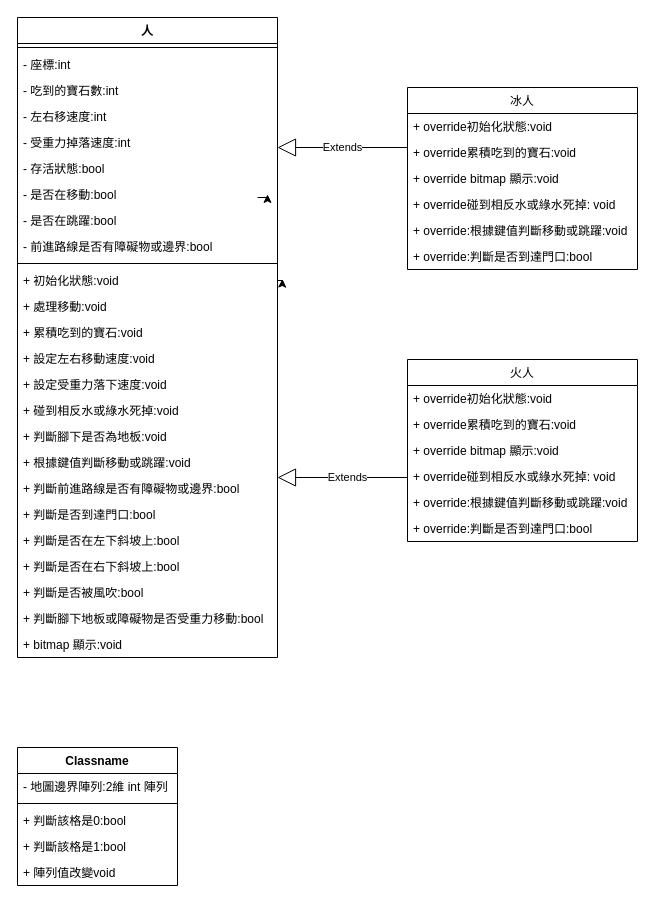
ggjj321/fireboy-watergirl-in-the-forest-temple keeps this draw.io diagram as page "Page-2" (2 of 2) of UML Diagram/oop_game.drawio. Above is the earlier version. Source tidied: cells renumbered, new cells numbered last; positions are measured from the earlier drawing's top-left corner, leaving out a move shared by most shapes. Both pictures are drawn from the tidied source at 100%, with x=0, y=0 at pixel (17, 17).
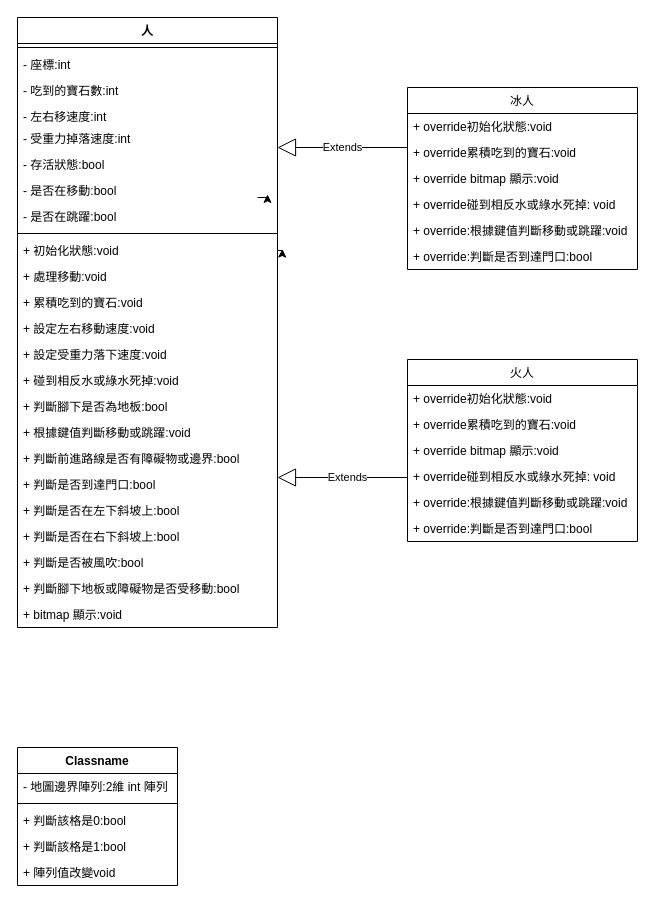
The same diagram, later.

Change to the diagram source:
```diff
@@
     <mxCell id="2" value="人" style="swimlane;fontStyle=1;align=center;verticalAlign=top;horizontal=1;startSize=26;" parent="1" vertex="1">
-      <mxGeometry width="260" height="640" as="geometry" />
+      <mxGeometry width="260" height="610" as="geometry" />
     </mxCell>
@@
     <mxCell id="6" value="- 左右移速度:int" style="text;strokeColor=none;fillColor=none;align=left;verticalAlign=top;spacingLeft=4;spacingRight=4;overflow=hidden;" parent="2" vertex="1">
-      <mxGeometry y="86" width="260" height="26" as="geometry" />
+      <mxGeometry y="86" width="260" height="22" as="geometry" />
     </mxCell>
     <mxCell id="7" value="- 受重力掉落速度:int" style="text;strokeColor=none;fillColor=none;align=left;verticalAlign=top;spacingLeft=4;spacingRight=4;overflow=hidden;" parent="2" vertex="1">
-      <mxGeometry y="112" width="260" height="26" as="geometry" />
+      <mxGeometry y="108" width="260" height="26" as="geometry" />
     </mxCell>
     <mxCell id="8" value="- 存活狀態:bool" style="text;strokeColor=none;fillColor=none;align=left;verticalAlign=top;spacingLeft=4;spacingRight=4;overflow=hidden;" parent="2" vertex="1">
-      <mxGeometry y="138" width="260" height="26" as="geometry" />
+      <mxGeometry y="134" width="260" height="26" as="geometry" />
     </mxCell>
     <mxCell id="9" value="- 是否在移動:bool&#10;" style="text;strokeColor=none;fillColor=none;align=left;verticalAlign=top;spacingLeft=4;spacingRight=4;overflow=hidden;" parent="2" vertex="1">
-      <mxGeometry y="164" width="260" height="26" as="geometry" />
+      <mxGeometry y="160" width="260" height="26" as="geometry" />
     </mxCell>
     <mxCell id="10" value="- 是否在跳躍:bool" style="text;strokeColor=none;fillColor=none;align=left;verticalAlign=top;spacingLeft=4;spacingRight=4;overflow=hidden;" parent="2" vertex="1">
-      <mxGeometry y="190" width="260" height="26" as="geometry" />
+      <mxGeometry y="186" width="260" height="26" as="geometry" />
     </mxCell>
-    <mxCell id="11" value="- 前進路線是否有障礙物或邊界:bool" style="text;strokeColor=none;fillColor=none;align=left;verticalAlign=top;spacingLeft=4;spacingRight=4;overflow=hidden;" parent="2" vertex="1">
-      <mxGeometry y="216" width="260" height="26" as="geometry" />
-    </mxCell>
     <mxCell id="12" style="line;strokeWidth=1;fillColor=none;align=left;verticalAlign=middle;spacingTop=-1;spacingLeft=3;spacingRight=3;labelPosition=right;" parent="2" vertex="1">
-      <mxGeometry y="242" width="260" height="8" as="geometry" />
+      <mxGeometry y="212" width="260" height="8" as="geometry" />
     </mxCell>
     <mxCell id="13" value="+ 初始化狀態:void" style="text;strokeColor=none;fillColor=none;align=left;verticalAlign=top;spacingLeft=4;spacingRight=4;overflow=hidden;points=[[0,0.5],[1,0.5]];portConstraint=eastwest;" parent="2" vertex="1">
-      <mxGeometry y="250" width="260" height="26" as="geometry" />
+      <mxGeometry y="220" width="260" height="26" as="geometry" />
     </mxCell>
@@
     <mxCell id="15" value="+ 處理移動:void&#10;" style="text;strokeColor=none;fillColor=none;align=left;verticalAlign=top;spacingLeft=4;spacingRight=4;overflow=hidden;" parent="2" vertex="1">
-      <mxGeometry y="276" width="260" height="26" as="geometry" />
+      <mxGeometry y="246" width="260" height="26" as="geometry" />
     </mxCell>
     <mxCell id="16" value="+ 累積吃到的寶石:void" style="text;strokeColor=none;fillColor=none;align=left;verticalAlign=top;spacingLeft=4;spacingRight=4;overflow=hidden;" parent="2" vertex="1">
-      <mxGeometry y="302" width="260" height="26" as="geometry" />
+      <mxGeometry y="272" width="260" height="26" as="geometry" />
     </mxCell>
     <mxCell id="17" value="+ 設定左右移動速度:void" style="text;strokeColor=none;fillColor=none;align=left;verticalAlign=top;spacingLeft=4;spacingRight=4;overflow=hidden;" parent="2" vertex="1">
-      <mxGeometry y="328" width="260" height="26" as="geometry" />
+      <mxGeometry y="298" width="260" height="26" as="geometry" />
     </mxCell>
     <mxCell id="18" value="+ 設定受重力落下速度:void" style="text;strokeColor=none;fillColor=none;align=left;verticalAlign=top;spacingLeft=4;spacingRight=4;overflow=hidden;" parent="2" vertex="1">
-      <mxGeometry y="354" width="260" height="26" as="geometry" />
+      <mxGeometry y="324" width="260" height="26" as="geometry" />
     </mxCell>
     <mxCell id="19" value="+ 碰到相反水或綠水死掉:void" style="text;strokeColor=none;fillColor=none;align=left;verticalAlign=top;spacingLeft=4;spacingRight=4;overflow=hidden;" parent="2" vertex="1">
-      <mxGeometry y="380" width="260" height="26" as="geometry" />
+      <mxGeometry y="350" width="260" height="26" as="geometry" />
     </mxCell>
-    <mxCell id="20" value="+ 判斷腳下是否為地板:void" style="text;strokeColor=none;fillColor=none;align=left;verticalAlign=top;spacingLeft=4;spacingRight=4;overflow=hidden;" parent="2" vertex="1">
-      <mxGeometry y="406" width="260" height="26" as="geometry" />
+    <mxCell id="20" value="+ 判斷腳下是否為地板:bool" style="text;strokeColor=none;fillColor=none;align=left;verticalAlign=top;spacingLeft=4;spacingRight=4;overflow=hidden;" parent="2" vertex="1">
+      <mxGeometry y="376" width="260" height="26" as="geometry" />
     </mxCell>
     <mxCell id="21" value="+ 根據鍵值判斷移動或跳躍:void" style="text;strokeColor=none;fillColor=none;align=left;verticalAlign=top;spacingLeft=4;spacingRight=4;overflow=hidden;" parent="2" vertex="1">
-      <mxGeometry y="432" width="260" height="26" as="geometry" />
+      <mxGeometry y="402" width="260" height="26" as="geometry" />
     </mxCell>
     <mxCell id="22" value="+ 判斷前進路線是否有障礙物或邊界:bool" style="text;strokeColor=none;fillColor=none;align=left;verticalAlign=top;spacingLeft=4;spacingRight=4;overflow=hidden;" parent="2" vertex="1">
-      <mxGeometry y="458" width="260" height="26" as="geometry" />
+      <mxGeometry y="428" width="260" height="26" as="geometry" />
     </mxCell>
     <mxCell id="23" value="+ 判斷是否到達門口:bool&#10;" style="text;strokeColor=none;fillColor=none;align=left;verticalAlign=top;spacingLeft=4;spacingRight=4;overflow=hidden;" parent="2" vertex="1">
-      <mxGeometry y="484" width="260" height="26" as="geometry" />
+      <mxGeometry y="454" width="260" height="26" as="geometry" />
     </mxCell>
     <mxCell id="24" value="+ 判斷是否在左下斜坡上:bool" style="text;strokeColor=none;fillColor=none;align=left;verticalAlign=top;spacingLeft=4;spacingRight=4;overflow=hidden;" parent="2" vertex="1">
-      <mxGeometry y="510" width="260" height="26" as="geometry" />
+      <mxGeometry y="480" width="260" height="26" as="geometry" />
     </mxCell>
     <mxCell id="25" value="+ 判斷是否在右下斜坡上:bool" style="text;strokeColor=none;fillColor=none;align=left;verticalAlign=top;spacingLeft=4;spacingRight=4;overflow=hidden;" parent="2" vertex="1">
-      <mxGeometry y="536" width="260" height="26" as="geometry" />
+      <mxGeometry y="506" width="260" height="26" as="geometry" />
     </mxCell>
     <mxCell id="26" value="+ 判斷是否被風吹:bool" style="text;strokeColor=none;fillColor=none;align=left;verticalAlign=top;spacingLeft=4;spacingRight=4;overflow=hidden;" parent="2" vertex="1">
-      <mxGeometry y="562" width="260" height="26" as="geometry" />
+      <mxGeometry y="532" width="260" height="26" as="geometry" />
     </mxCell>
-    <mxCell id="27" value="+ 判斷腳下地板或障礙物是否受重力移動:bool" style="text;strokeColor=none;fillColor=none;align=left;verticalAlign=top;spacingLeft=4;spacingRight=4;overflow=hidden;" parent="2" vertex="1">
-      <mxGeometry y="588" width="260" height="26" as="geometry" />
+    <mxCell id="27" value="+ 判斷腳下地板或障礙物是否受移動:bool" style="text;strokeColor=none;fillColor=none;align=left;verticalAlign=top;spacingLeft=4;spacingRight=4;overflow=hidden;" parent="2" vertex="1">
+      <mxGeometry y="558" width="260" height="26" as="geometry" />
     </mxCell>
     <mxCell id="28" value="+ bitmap 顯示:void" style="text;strokeColor=none;fillColor=none;align=left;verticalAlign=top;spacingLeft=4;spacingRight=4;overflow=hidden;" parent="2" vertex="1">
-      <mxGeometry y="614" width="260" height="26" as="geometry" />
+      <mxGeometry y="584" width="260" height="26" as="geometry" />
     </mxCell>
```
